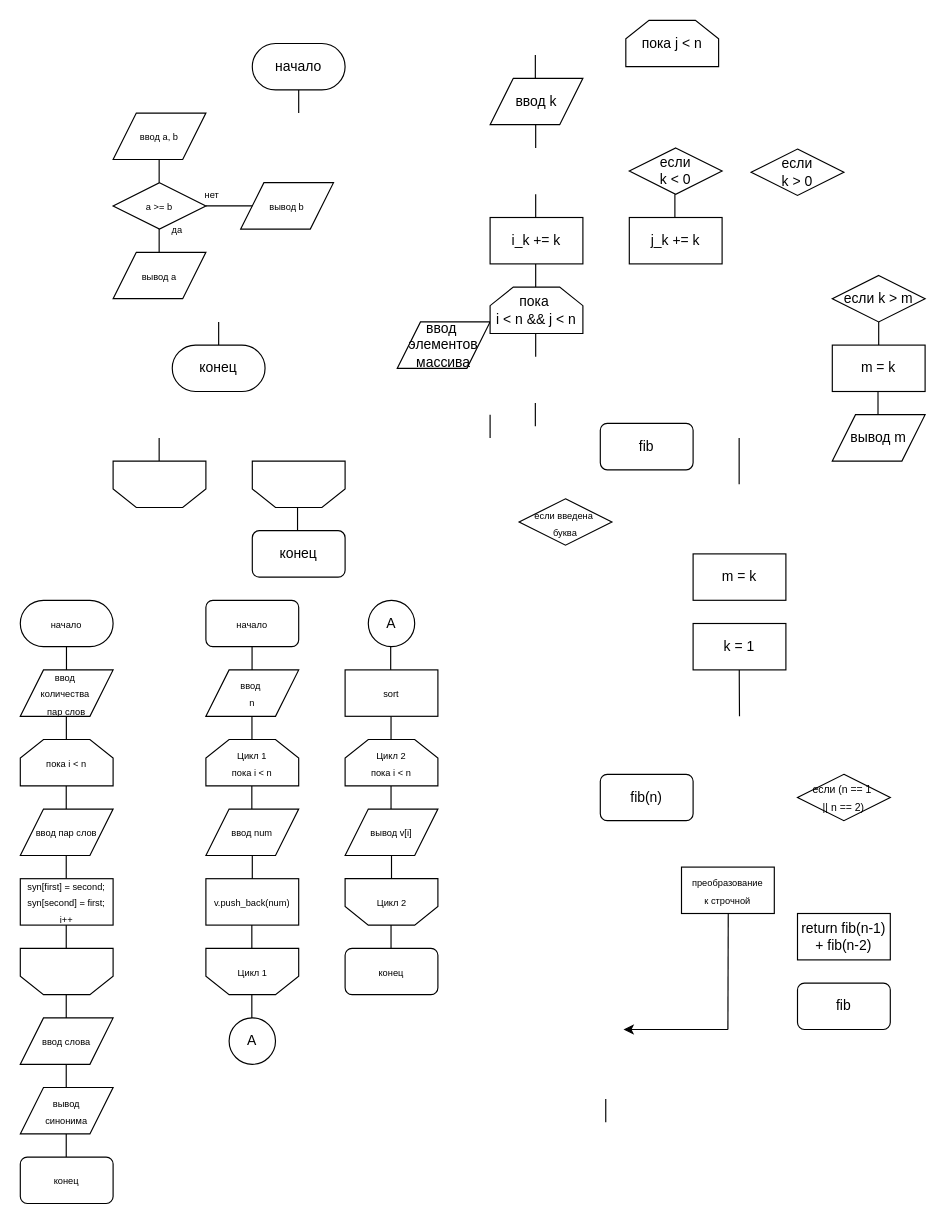
Before: Untitled Diagram.drawio in AGCher/TiMP_lab1, a draw.io diagram. Source tidied: cells renumbered, new cells numbered last; positions are measured from the earlier drawing's top-left corner, leaving out a move shared by most shapes. Both pictures are drawn from the tidied source at 116%, with x=0, y=0 at pixel (20, 20).
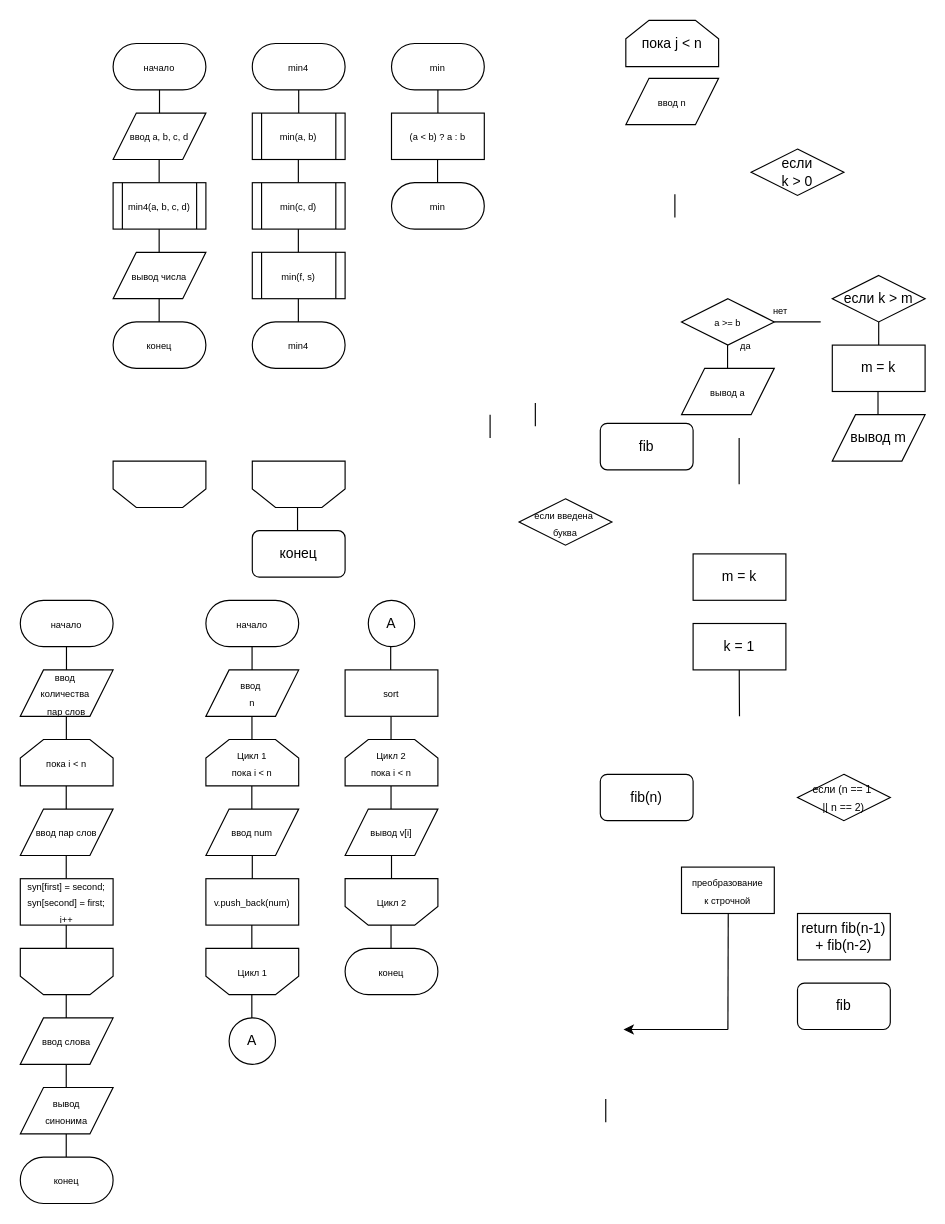
Above is the later version.

Change to the diagram source:
```diff
@@
-    <mxCell id="2" value="&lt;font style=&quot;font-size: 12px&quot;&gt;начало&lt;/font&gt;" style="rounded=1;whiteSpace=wrap;html=1;arcSize=50;" parent="1" vertex="1">
-      <mxGeometry x="200" y="20" width="80" height="40" as="geometry" />
+    <mxCell id="2" value="&lt;font style=&quot;font-size: 8px&quot;&gt;начало&lt;/font&gt;" style="rounded=1;whiteSpace=wrap;html=1;arcSize=50;" parent="1" vertex="1">
+      <mxGeometry x="80" y="20" width="80" height="40" as="geometry" />
     </mxCell>
-    <mxCell id="3" value="&lt;font style=&quot;font-size: 8px&quot;&gt;ввод a, b&lt;/font&gt;" style="shape=parallelogram;perimeter=parallelogramPerimeter;whiteSpace=wrap;html=1;fixedSize=1;" parent="1" vertex="1">
+    <mxCell id="3" value="&lt;font style=&quot;font-size: 8px&quot;&gt;ввод a, b, c, d&lt;br&gt;&lt;/font&gt;" style="shape=parallelogram;perimeter=parallelogramPerimeter;whiteSpace=wrap;html=1;fixedSize=1;" parent="1" vertex="1">
       <mxGeometry x="80" y="80" width="80" height="40" as="geometry" />
     </mxCell>
     <mxCell id="4" style="endArrow=none;html=1;" parent="1" edge="1">
       <mxGeometry relative="1" as="geometry">
-        <mxPoint x="240" y="80" as="sourcePoint" />
-        <mxPoint x="240" y="60" as="targetPoint" />
+        <mxPoint x="120" y="80" as="sourcePoint" />
+        <mxPoint x="120" y="60" as="targetPoint" />
         <Array as="points">
-          <mxPoint x="240" y="70" />
+          <mxPoint x="120" y="70" />
         </Array>
       </mxGeometry>
     </mxCell>
     <mxCell id="5" style="endArrow=none;html=1;" parent="1" edge="1">
       <mxGeometry relative="1" as="geometry">
-        <mxPoint x="119.7" y="200" as="sourcePoint" />
-        <mxPoint x="119.7" y="180" as="targetPoint" />
+        <mxPoint x="609.7" y="300" as="sourcePoint" />
+        <mxPoint x="609.7" y="280" as="targetPoint" />
         <Array as="points">
-          <mxPoint x="119.7" y="190" />
+          <mxPoint x="609.7" y="290" />
         </Array>
       </mxGeometry>
     </mxCell>
@@
-    <mxCell id="9" style="endArrow=none;html=1;" parent="1" edge="1">
-      <mxGeometry relative="1" as="geometry">
-        <mxPoint x="171" y="280" as="sourcePoint" />
-        <mxPoint x="171" y="260" as="targetPoint" />
-        <Array as="points">
-          <mxPoint x="171" y="270" />
-        </Array>
-      </mxGeometry>
-    </mxCell>
@@
-    <mxCell id="11" style="endArrow=none;html=1;" parent="1" edge="1">
-      <mxGeometry relative="1" as="geometry">
-        <mxPoint x="444.3" y="110" as="sourcePoint" />
-        <mxPoint x="444.3" y="90" as="targetPoint" />
-        <Array as="points">
-          <mxPoint x="444.3" y="100" />
-        </Array>
-      </mxGeometry>
-    </mxCell>
@@
     <mxCell id="13" value="&lt;font style=&quot;font-size: 8px&quot;&gt;да&lt;/font&gt;" style="text;html=1;align=center;verticalAlign=middle;strokeColor=none;" parent="1" vertex="1">
-      <mxGeometry x="125" y="170" width="20" height="20" as="geometry" />
+      <mxGeometry x="615" y="270" width="20" height="20" as="geometry" />
     </mxCell>
     <mxCell id="14" value="&lt;font style=&quot;font-size: 8px&quot;&gt;нет&lt;/font&gt;" style="text;html=1;align=center;verticalAlign=middle;strokeColor=none;" parent="1" vertex="1">
-      <mxGeometry x="150" y="140" width="30" height="20" as="geometry" />
+      <mxGeometry x="640" y="240" width="30" height="20" as="geometry" />
     </mxCell>
-    <mxCell id="15" value="i_k += k" style="rounded=0;whiteSpace=wrap;html=1;" parent="1" vertex="1">
-      <mxGeometry x="405" y="170" width="80" height="40" as="geometry" />
-    </mxCell>
@@
     <mxCell id="19" style="endArrow=none;html=1;" parent="1" edge="1">
       <mxGeometry relative="1" as="geometry">
-        <mxPoint x="119.7" y="380" as="sourcePoint" />
-        <mxPoint x="119.7" y="360" as="targetPoint" />
+        <mxPoint x="119.7" y="260" as="sourcePoint" />
+        <mxPoint x="119.7" y="240" as="targetPoint" />
         <Array as="points">
-          <mxPoint x="119.7" y="370" />
+          <mxPoint x="119.7" y="250" />
         </Array>
       </mxGeometry>
     </mxCell>
@@
-    <mxCell id="21" style="endArrow=none;html=1;" parent="1" edge="1">
-      <mxGeometry relative="1" as="geometry">
-        <mxPoint x="444.3" y="230" as="sourcePoint" />
-        <mxPoint x="444.3" y="210" as="targetPoint" />
-        <Array as="points">
-          <mxPoint x="444.3" y="220" />
-        </Array>
-      </mxGeometry>
-    </mxCell>
@@
     <mxCell id="29" style="endArrow=none;html=1;" parent="1" edge="1">
       <mxGeometry relative="1" as="geometry">
-        <mxPoint x="444.3" y="170" as="sourcePoint" />
-        <mxPoint x="444.3" y="150" as="targetPoint" />
+        <mxPoint x="119.7" y="200" as="sourcePoint" />
+        <mxPoint x="119.7" y="180" as="targetPoint" />
         <Array as="points">
-          <mxPoint x="444.3" y="160" />
+          <mxPoint x="119.7" y="190" />
         </Array>
       </mxGeometry>
     </mxCell>
@@
-    <mxCell id="35" style="endArrow=none;html=1;" parent="1" edge="1">
-      <mxGeometry relative="1" as="geometry">
-        <mxPoint x="444" y="50" as="sourcePoint" />
-        <mxPoint x="444" y="30" as="targetPoint" />
-        <Array as="points">
-          <mxPoint x="444" y="40" />
-        </Array>
-      </mxGeometry>
-    </mxCell>
@@
-    <mxCell id="39" style="endArrow=none;html=1;" parent="1" edge="1">
-      <mxGeometry relative="1" as="geometry">
-        <mxPoint x="444.3" y="290" as="sourcePoint" />
-        <mxPoint x="444.3" y="270" as="targetPoint" />
-        <Array as="points">
-          <mxPoint x="444.3" y="280" />
-        </Array>
-      </mxGeometry>
-    </mxCell>
-    <mxCell id="40" value="ввод&amp;nbsp;&lt;br&gt;элементов&lt;br&gt;массива" style="shape=parallelogram;perimeter=parallelogramPerimeter;whiteSpace=wrap;html=1;fixedSize=1;" parent="1" vertex="1">
-      <mxGeometry x="325" y="260" width="80" height="40" as="geometry" />
-    </mxCell>
-    <mxCell id="41" value="если &lt;br&gt;k &amp;lt; 0" style="rhombus;whiteSpace=wrap;html=1;" parent="1" vertex="1">
-      <mxGeometry x="525" y="110" width="80" height="40" as="geometry" />
-    </mxCell>
-    <mxCell id="42" value="&lt;font&gt;&lt;font style=&quot;font-size: 8px&quot;&gt;вывод b&lt;/font&gt;&lt;br&gt;&lt;/font&gt;" style="shape=parallelogram;perimeter=parallelogramPerimeter;whiteSpace=wrap;html=1;fixedSize=1;" parent="1" vertex="1">
-      <mxGeometry x="190" y="140" width="80" height="40" as="geometry" />
+    <mxCell id="42" value="&lt;font&gt;&lt;span style=&quot;font-size: 8px&quot;&gt;вывод числа&lt;/span&gt;&lt;br&gt;&lt;/font&gt;" style="shape=parallelogram;perimeter=parallelogramPerimeter;whiteSpace=wrap;html=1;fixedSize=1;" parent="1" vertex="1">
+      <mxGeometry x="80" y="200" width="80" height="40" as="geometry" />
     </mxCell>
@@
-    <mxCell id="45" value="ввод k" style="shape=parallelogram;perimeter=parallelogramPerimeter;whiteSpace=wrap;html=1;fixedSize=1;" parent="1" vertex="1">
-      <mxGeometry x="405" y="50" width="80" height="40" as="geometry" />
-    </mxCell>
     <mxCell id="46" style="endArrow=none;html=1;" parent="1" edge="1">
       <mxGeometry relative="1" as="geometry">
-        <mxPoint x="160" y="160" as="sourcePoint" />
-        <mxPoint x="200" y="160" as="targetPoint" />
+        <mxPoint x="650" y="260" as="sourcePoint" />
+        <mxPoint x="690" y="260" as="targetPoint" />
       </mxGeometry>
     </mxCell>
-    <mxCell id="47" value="j_k += k" style="rounded=0;whiteSpace=wrap;html=1;" parent="1" vertex="1">
-      <mxGeometry x="525" y="170" width="80" height="40" as="geometry" />
+    <mxCell id="47" value="&lt;font style=&quot;font-size: 8px&quot;&gt;(a &amp;lt; b) ? a : b&lt;/font&gt;" style="rounded=0;whiteSpace=wrap;html=1;" parent="1" vertex="1">
+      <mxGeometry x="320" y="80" width="80" height="40" as="geometry" />
     </mxCell>
-    <mxCell id="48" value="пока&amp;nbsp;&lt;br&gt;i &amp;lt; n &amp;amp;&amp;amp; j &amp;lt; n" style="shape=loopLimit;whiteSpace=wrap;html=1;size=20;" parent="1" vertex="1">
-      <mxGeometry x="405" y="230" width="80" height="40" as="geometry" />
-    </mxCell>
@@
-    <mxCell id="56" value="&lt;font style=&quot;font-size: 8px&quot;&gt;конец&lt;/font&gt;" style="rounded=1;whiteSpace=wrap;html=1;" parent="1" vertex="1">
+    <mxCell id="56" value="&lt;font style=&quot;font-size: 8px&quot;&gt;конец&lt;/font&gt;" style="rounded=1;whiteSpace=wrap;html=1;arcSize=50;" parent="1" vertex="1">
       <mxGeometry y="980" width="80" height="40" as="geometry" />
     </mxCell>
@@
     <mxCell id="68" value="&lt;span style=&quot;font-size: 8px&quot;&gt;a &amp;gt;= b&lt;/span&gt;" style="rhombus;whiteSpace=wrap;html=1;" parent="1" vertex="1">
-      <mxGeometry x="80" y="140" width="80" height="40" as="geometry" />
+      <mxGeometry x="570" y="240" width="80" height="40" as="geometry" />
     </mxCell>
@@
-    <mxCell id="72" value="&lt;font style=&quot;font-size: 8px&quot;&gt;начало&lt;/font&gt;" style="rounded=1;whiteSpace=wrap;html=1;" parent="1" vertex="1">
+    <mxCell id="72" value="&lt;font style=&quot;font-size: 8px&quot;&gt;начало&lt;/font&gt;" style="rounded=1;whiteSpace=wrap;html=1;arcSize=50;" parent="1" vertex="1">
       <mxGeometry x="160" y="500" width="80" height="40" as="geometry" />
     </mxCell>
@@
-    <mxCell id="93" value="&lt;font style=&quot;font-size: 8px&quot;&gt;конец&lt;/font&gt;" style="rounded=1;whiteSpace=wrap;html=1;" parent="1" vertex="1">
+    <mxCell id="93" value="&lt;font style=&quot;font-size: 8px&quot;&gt;конец&lt;/font&gt;" style="rounded=1;whiteSpace=wrap;html=1;arcSize=50;" parent="1" vertex="1">
       <mxGeometry x="280" y="800" width="80" height="40" as="geometry" />
     </mxCell>
@@
-    <mxCell id="96" value="&lt;font style=&quot;font-size: 12px&quot;&gt;конец&lt;/font&gt;" style="rounded=1;whiteSpace=wrap;html=1;arcSize=50;" parent="1" vertex="1">
-      <mxGeometry x="131" y="280" width="80" height="40" as="geometry" />
+    <mxCell id="96" value="&lt;font style=&quot;font-size: 8px&quot;&gt;конец&lt;/font&gt;" style="rounded=1;whiteSpace=wrap;html=1;arcSize=50;" parent="1" vertex="1">
+      <mxGeometry x="80" y="260" width="80" height="40" as="geometry" />
     </mxCell>
     <mxCell id="97" value="&lt;font&gt;&lt;font style=&quot;font-size: 8px&quot;&gt;вывод a&lt;/font&gt;&lt;br&gt;&lt;/font&gt;" style="shape=parallelogram;perimeter=parallelogramPerimeter;whiteSpace=wrap;html=1;fixedSize=1;" parent="1" vertex="1">
-      <mxGeometry x="80" y="200" width="80" height="40" as="geometry" />
+      <mxGeometry x="570" y="300" width="80" height="40" as="geometry" />
     </mxCell>
+    <mxCell id="98" value="&lt;font style=&quot;font-size: 8px&quot;&gt;min4(a, b, c, d)&lt;/font&gt;" style="shape=process;whiteSpace=wrap;html=1;backgroundOutline=1;" parent="1" vertex="1">
+      <mxGeometry x="80" y="140" width="80" height="40" as="geometry" />
+    </mxCell>
+    <mxCell id="99" value="&lt;font style=&quot;font-size: 8px&quot;&gt;min4&lt;/font&gt;" style="rounded=1;whiteSpace=wrap;html=1;arcSize=50;" parent="1" vertex="1">
+      <mxGeometry x="200" y="20" width="80" height="40" as="geometry" />
+    </mxCell>
+    <mxCell id="100" value="&lt;font style=&quot;font-size: 8px&quot;&gt;ввод n&lt;br&gt;&lt;/font&gt;" style="shape=parallelogram;perimeter=parallelogramPerimeter;whiteSpace=wrap;html=1;fixedSize=1;" parent="1" vertex="1">
+      <mxGeometry x="522" y="50" width="80" height="40" as="geometry" />
+    </mxCell>
+    <mxCell id="101" style="endArrow=none;html=1;" parent="1" edge="1">
+      <mxGeometry relative="1" as="geometry">
+        <mxPoint x="240" y="80" as="sourcePoint" />
+        <mxPoint x="240" y="60" as="targetPoint" />
+        <Array as="points">
+          <mxPoint x="240" y="70" />
+        </Array>
+      </mxGeometry>
+    </mxCell>
+    <mxCell id="102" style="endArrow=none;html=1;" parent="1" edge="1">
+      <mxGeometry relative="1" as="geometry">
+        <mxPoint x="239.7" y="260" as="sourcePoint" />
+        <mxPoint x="239.7" y="240" as="targetPoint" />
+        <Array as="points">
+          <mxPoint x="239.7" y="250" />
+        </Array>
+      </mxGeometry>
+    </mxCell>
+    <mxCell id="103" style="endArrow=none;html=1;" parent="1" edge="1">
+      <mxGeometry relative="1" as="geometry">
+        <mxPoint x="239.7" y="200" as="sourcePoint" />
+        <mxPoint x="239.7" y="180" as="targetPoint" />
+        <Array as="points">
+          <mxPoint x="239.7" y="190" />
+        </Array>
+      </mxGeometry>
+    </mxCell>
+    <mxCell id="104" style="endArrow=none;html=1;" parent="1" edge="1">
+      <mxGeometry relative="1" as="geometry">
+        <mxPoint x="239.7" y="140" as="sourcePoint" />
+        <mxPoint x="239.7" y="120" as="targetPoint" />
+        <Array as="points">
+          <mxPoint x="239.7" y="130" />
+        </Array>
+      </mxGeometry>
+    </mxCell>
+    <mxCell id="105" value="&lt;font style=&quot;font-size: 8px&quot;&gt;min4&lt;/font&gt;" style="rounded=1;whiteSpace=wrap;html=1;arcSize=50;" parent="1" vertex="1">
+      <mxGeometry x="200" y="260" width="80" height="40" as="geometry" />
+    </mxCell>
+    <mxCell id="106" value="&lt;font style=&quot;font-size: 8px&quot;&gt;min(a, b)&lt;/font&gt;" style="shape=process;whiteSpace=wrap;html=1;backgroundOutline=1;" parent="1" vertex="1">
+      <mxGeometry x="200" y="80" width="80" height="40" as="geometry" />
+    </mxCell>
+    <mxCell id="107" value="&lt;font style=&quot;font-size: 8px&quot;&gt;min(c, d)&lt;/font&gt;" style="shape=process;whiteSpace=wrap;html=1;backgroundOutline=1;" parent="1" vertex="1">
+      <mxGeometry x="200" y="140" width="80" height="40" as="geometry" />
+    </mxCell>
+    <mxCell id="108" value="&lt;font style=&quot;font-size: 8px&quot;&gt;min(f, s)&lt;/font&gt;" style="shape=process;whiteSpace=wrap;html=1;backgroundOutline=1;" parent="1" vertex="1">
+      <mxGeometry x="200" y="200" width="80" height="40" as="geometry" />
+    </mxCell>
+    <mxCell id="109" value="&lt;font style=&quot;font-size: 8px&quot;&gt;min&lt;/font&gt;" style="rounded=1;whiteSpace=wrap;html=1;arcSize=50;" parent="1" vertex="1">
+      <mxGeometry x="320" y="20" width="80" height="40" as="geometry" />
+    </mxCell>
+    <mxCell id="110" style="endArrow=none;html=1;" parent="1" edge="1">
+      <mxGeometry relative="1" as="geometry">
+        <mxPoint x="360" y="80" as="sourcePoint" />
+        <mxPoint x="360" y="60" as="targetPoint" />
+        <Array as="points">
+          <mxPoint x="360" y="70" />
+        </Array>
+      </mxGeometry>
+    </mxCell>
+    <mxCell id="111" style="endArrow=none;html=1;" parent="1" edge="1">
+      <mxGeometry relative="1" as="geometry">
+        <mxPoint x="359.7" y="140" as="sourcePoint" />
+        <mxPoint x="359.7" y="120" as="targetPoint" />
+        <Array as="points">
+          <mxPoint x="359.7" y="130" />
+        </Array>
+      </mxGeometry>
+    </mxCell>
+    <mxCell id="112" value="&lt;font style=&quot;font-size: 8px&quot;&gt;min&lt;/font&gt;" style="rounded=1;whiteSpace=wrap;html=1;arcSize=50;" parent="1" vertex="1">
+      <mxGeometry x="320" y="140" width="80" height="40" as="geometry" />
+    </mxCell>
```
